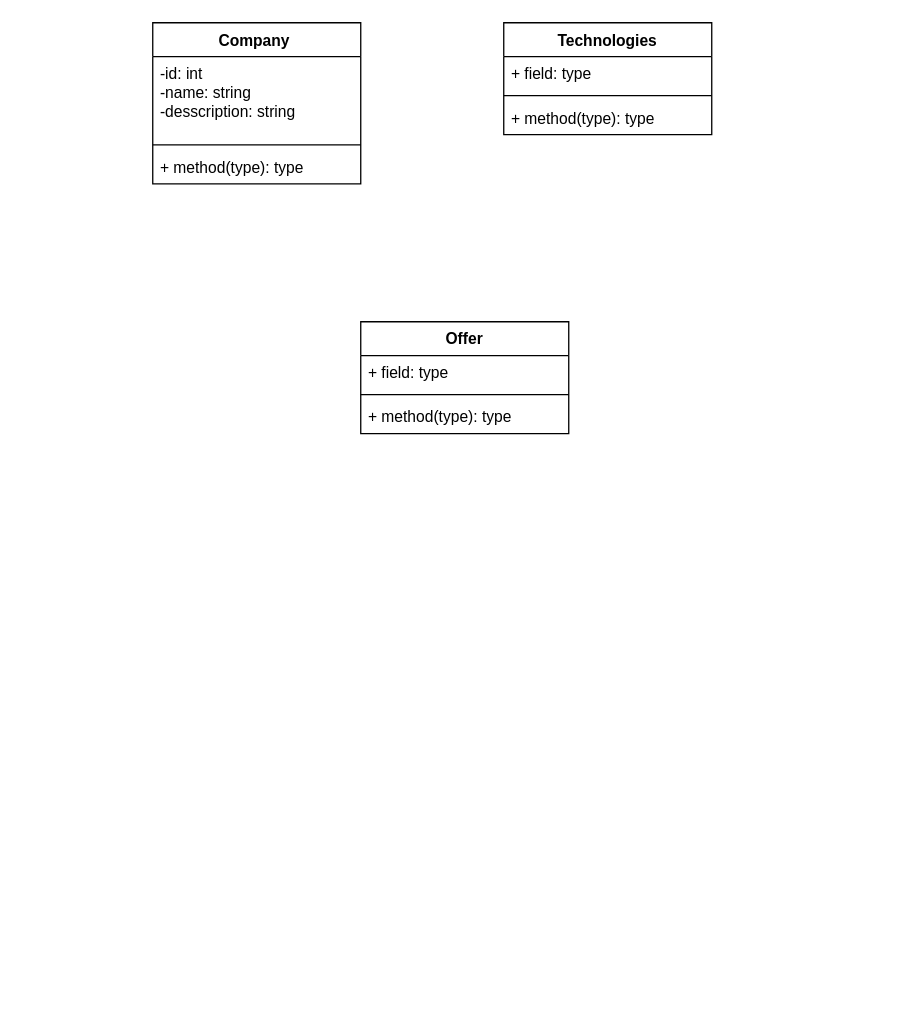
Earlier version of the draw.io diagram docs/uml/class-diagram.drawio (HIBA53757/YouApply). Source tidied: cells renumbered, new cells numbered last; positions are measured from the earlier drawing's top-left corner, leaving out a move shared by most shapes. Both pictures are drawn from the tidied source at 130%, with x=0, y=0 at pixel (152, 22).
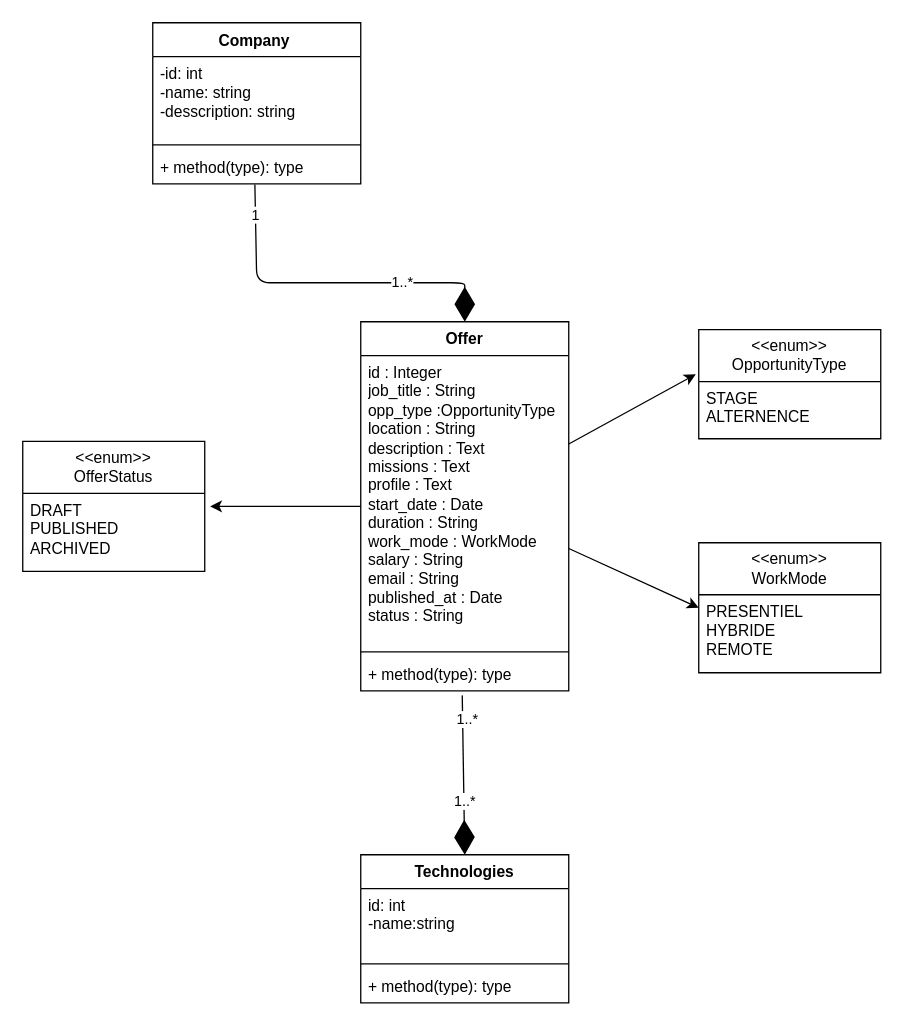
The same page after the edit.

Commit message:
docs: YOUAP-94 Domain UML class diagram

The change refers to these unchanged cells:
```xml
<mxCell id="5" value="+ method(type): type" style="text;strokeColor=none;fillColor=none;align=left;verticalAlign=top;spacingLeft=4;spacingRight=4;overflow=hidden;points=[[0,0.5],[1,0.5]];portConstraint=eastwest;whiteSpace=wrap;html=1;" parent="2" vertex="1">
  <mxGeometry y="98" width="160" height="26" as="geometry" />
</mxCell>
```

Diff of the diagram source:
```diff
@@
     <mxCell id="6" value="Technologies" style="swimlane;fontStyle=1;align=center;verticalAlign=top;horizontal=1;startSize=26;whiteSpace=wrap;html=1;" parent="1" vertex="1">
-      <mxGeometry x="270" width="160" height="86" as="geometry" />
+      <mxGeometry x="160" y="640" width="160" height="114" as="geometry" />
     </mxCell>
-    <mxCell id="7" value="+ field: type" style="text;strokeColor=none;fillColor=none;align=left;verticalAlign=top;spacingLeft=4;spacingRight=4;overflow=hidden;whiteSpace=wrap;html=1;" parent="6" vertex="1">
-      <mxGeometry y="26" width="160" height="26" as="geometry" />
+    <mxCell id="7" value="id: int&lt;div&gt;-name:string&amp;nbsp;&lt;div&gt;&lt;br&gt;&lt;/div&gt;&lt;/div&gt;" style="text;strokeColor=none;fillColor=none;align=left;verticalAlign=top;spacingLeft=4;spacingRight=4;overflow=hidden;whiteSpace=wrap;html=1;" parent="6" vertex="1">
+      <mxGeometry y="26" width="160" height="54" as="geometry" />
     </mxCell>
     <mxCell id="8" style="line;strokeWidth=1;fillColor=none;align=left;verticalAlign=middle;spacingTop=-1;spacingLeft=3;spacingRight=3;labelPosition=right;strokeColor=inherit;" parent="6" vertex="1">
-      <mxGeometry y="52" width="160" height="8" as="geometry" />
+      <mxGeometry y="80" width="160" height="8" as="geometry" />
     </mxCell>
     <mxCell id="9" value="+ method(type): type" style="text;strokeColor=none;fillColor=none;align=left;verticalAlign=top;spacingLeft=4;spacingRight=4;overflow=hidden;whiteSpace=wrap;html=1;" parent="6" vertex="1">
-      <mxGeometry y="60" width="160" height="26" as="geometry" />
+      <mxGeometry y="88" width="160" height="26" as="geometry" />
     </mxCell>
     <mxCell id="10" value="Offer" style="swimlane;fontStyle=1;align=center;verticalAlign=top;horizontal=1;startSize=26;whiteSpace=wrap;html=1;" parent="1" vertex="1">
-      <mxGeometry x="160" y="230" width="160" height="86" as="geometry" />
+      <mxGeometry x="160" y="230" width="160" height="284" as="geometry" />
     </mxCell>
-    <mxCell id="11" value="+ field: type" style="text;strokeColor=none;fillColor=none;align=left;verticalAlign=top;spacingLeft=4;spacingRight=4;overflow=hidden;points=[[0,0.5],[1,0.5]];portConstraint=eastwest;whiteSpace=wrap;html=1;" parent="10" vertex="1">
-      <mxGeometry y="26" width="160" height="26" as="geometry" />
+    <mxCell id="11" value="id : Integer&lt;div&gt;job_title : String&amp;nbsp;&lt;/div&gt;&lt;div&gt;opp_type :OpportunityType&amp;nbsp;&lt;/div&gt;&lt;div&gt;location : String&amp;nbsp;&lt;/div&gt;&lt;div&gt;description : Text&amp;nbsp;&lt;/div&gt;&lt;div&gt;missions : Text&amp;nbsp;&lt;/div&gt;&lt;div&gt;profile : Text&amp;nbsp;&lt;/div&gt;&lt;div&gt;start_date : Date&amp;nbsp;&lt;/div&gt;&lt;div&gt;duration : String&lt;br&gt;work_mode : WorkMode&lt;br&gt;&lt;/div&gt;&lt;div&gt;salary : String&amp;nbsp;&lt;/div&gt;&lt;div&gt;email : String&amp;nbsp;&lt;/div&gt;&lt;div&gt;published_at : Date&amp;nbsp;&lt;/div&gt;&lt;div&gt;status : String&lt;/div&gt;" style="text;strokeColor=none;fillColor=none;align=left;verticalAlign=top;spacingLeft=4;spacingRight=4;overflow=hidden;points=[[0,0.5],[1,0.5]];portConstraint=eastwest;whiteSpace=wrap;html=1;" parent="10" vertex="1">
+      <mxGeometry y="26" width="160" height="224" as="geometry" />
     </mxCell>
     <mxCell id="12" style="line;strokeWidth=1;fillColor=none;align=left;verticalAlign=middle;spacingTop=-1;spacingLeft=3;spacingRight=3;labelPosition=right;strokeColor=inherit;" parent="10" vertex="1">
-      <mxGeometry y="52" width="160" height="8" as="geometry" />
+      <mxGeometry y="250" width="160" height="8" as="geometry" />
     </mxCell>
     <mxCell id="13" value="+ method(type): type" style="text;strokeColor=none;fillColor=none;align=left;verticalAlign=top;spacingLeft=4;spacingRight=4;overflow=hidden;points=[[0,0.5],[1,0.5]];portConstraint=eastwest;whiteSpace=wrap;html=1;" parent="10" vertex="1">
-      <mxGeometry y="60" width="160" height="26" as="geometry" />
+      <mxGeometry y="258" width="160" height="26" as="geometry" />
     </mxCell>
+    <mxCell id="14" value="&amp;lt;&amp;lt;enum&amp;gt;&amp;gt;&lt;div&gt;OpportunityType&lt;/div&gt;" style="swimlane;fontStyle=0;horizontal=1;startSize=40;fillColor=none;whiteSpace=wrap;html=1;" parent="1" vertex="1">
+      <mxGeometry x="420" y="236" width="140" height="84" as="geometry" />
+    </mxCell>
+    <mxCell id="15" value="&lt;div&gt;&lt;font color=&quot;#000000&quot;&gt;STAGE&lt;/font&gt;&lt;/div&gt;&lt;div&gt;ALTERNENCE&lt;/div&gt;" style="text;strokeColor=none;fillColor=none;align=left;verticalAlign=top;spacingLeft=4;spacingRight=4;overflow=hidden;whiteSpace=wrap;html=1;" parent="14" vertex="1">
+      <mxGeometry y="40" width="140" height="44" as="geometry" />
+    </mxCell>
+    <mxCell id="16" value="&amp;lt;&amp;lt;enum&amp;gt;&amp;gt;&lt;div&gt;WorkMode&lt;/div&gt;" style="swimlane;fontStyle=0;horizontal=1;startSize=40;fillColor=none;whiteSpace=wrap;html=1;" parent="1" vertex="1">
+      <mxGeometry x="420" y="400" width="140" height="100" as="geometry" />
+    </mxCell>
+    <mxCell id="17" value="&lt;div&gt;PRESENTIEL&lt;br/&gt;HYBRIDE&amp;nbsp;&lt;/div&gt;&lt;div&gt;REMOTE&lt;/div&gt;" style="text;strokeColor=none;fillColor=none;align=left;verticalAlign=top;spacingLeft=4;spacingRight=4;overflow=hidden;whiteSpace=wrap;html=1;" parent="16" vertex="1">
+      <mxGeometry y="40" width="140" height="60" as="geometry" />
+    </mxCell>
+    <mxCell id="18" value="&amp;lt;&amp;lt;enum&amp;gt;&amp;gt;&lt;div&gt;OfferStatus&lt;/div&gt;" style="swimlane;fontStyle=0;horizontal=1;startSize=40;fillColor=none;whiteSpace=wrap;html=1;" parent="1" vertex="1">
+      <mxGeometry x="-100" y="322" width="140" height="100" as="geometry" />
+    </mxCell>
+    <mxCell id="19" value="DRAFT&amp;nbsp;&lt;div&gt;PUBLISHED&lt;br/&gt;ARCHIVED&lt;/div&gt;" style="text;strokeColor=none;fillColor=none;align=left;verticalAlign=top;spacingLeft=4;spacingRight=4;overflow=hidden;points=[[0,0.5],[1,0.5]];portConstraint=eastwest;whiteSpace=wrap;html=1;" parent="18" vertex="1">
+      <mxGeometry y="40" width="140" height="60" as="geometry" />
+    </mxCell>
+    <mxCell id="20" style="endArrow=diamondThin;endFill=1;endSize=24;html=1;entryX=0.5;entryY=0;entryDx=0;entryDy=0;exitX=0.491;exitY=1.018;exitDx=0;exitDy=0;exitPerimeter=0;" parent="1" edge="1" source="5" target="10">
+      <mxGeometry relative="1" as="geometry">
+        <Array as="points">
+          <mxPoint x="80" y="200" />
+          <mxPoint x="240" y="200" />
+        </Array>
+      </mxGeometry>
+    </mxCell>
+    <mxCell id="21" value="1" style="edgeLabel;html=1;align=center;verticalAlign=middle;" parent="20" vertex="1">
+      <mxGeometry x="-0.83" relative="1" as="geometry" />
+    </mxCell>
+    <mxCell id="22" value="1..*" style="edgeLabel;html=1;align=center;verticalAlign=middle;" parent="20" vertex="1">
+      <mxGeometry x="0.41" y="1" relative="1" as="geometry" />
+    </mxCell>
+    <mxCell id="23" style="endArrow=diamondThin;endFill=1;endSize=24;html=1;entryX=0.5;entryY=0;entryDx=0;entryDy=0;exitX=0.488;exitY=1.131;exitDx=0;exitDy=0;exitPerimeter=0;" parent="1" edge="1" source="13" target="6">
+      <mxGeometry relative="1" as="geometry" />
+    </mxCell>
+    <mxCell id="24" value="1..*" style="edgeLabel;html=1;align=center;verticalAlign=middle;" parent="23" vertex="1">
+      <mxGeometry x="-0.73" y="3" relative="1" as="geometry">
+        <mxPoint y="1" as="offset" />
+      </mxGeometry>
+    </mxCell>
+    <mxCell id="25" value="1..*" style="edgeLabel;html=1;align=center;verticalAlign=middle;" parent="23" vertex="1">
+      <mxGeometry x="0.31" relative="1" as="geometry">
+        <mxPoint y="1" as="offset" />
+      </mxGeometry>
+    </mxCell>
+    <mxCell id="26" style="edgeStyle=none;html=1;entryX=1.03;entryY=0.167;entryDx=0;entryDy=0;entryPerimeter=0;" parent="1" edge="1" source="10" target="19">
+      <mxGeometry relative="1" as="geometry" />
+    </mxCell>
+    <mxCell id="27" style="edgeStyle=none;html=1;entryX=-0.016;entryY=0.409;entryDx=0;entryDy=0;entryPerimeter=0;" parent="1" edge="1" source="11" target="14">
+      <mxGeometry relative="1" as="geometry" />
+    </mxCell>
+    <mxCell id="28" style="edgeStyle=none;html=1;entryX=0;entryY=0.5;entryDx=0;entryDy=0;" parent="1" edge="1" source="11" target="16">
+      <mxGeometry relative="1" as="geometry" />
+    </mxCell>
```
